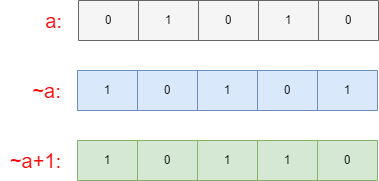
Earlier version of the draw.io export algrithem/right_one.drawio.png (muxicode/c153080686). Source tidied: cells renumbered, new cells last; positions are measured from the earlier drawing's top-left corner, leaving out a move shared by most shapes.
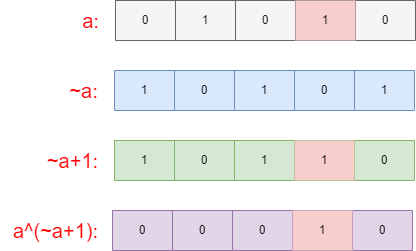
The same file after the commit.

The edit, as a diff of the source:
```diff
@@ -17,7 +17,7 @@
     <mxCell id="6" value="0" style="shape=partialRectangle;html=1;whiteSpace=wrap;strokeColor=inherit;overflow=hidden;fillColor=none;top=0;left=0;bottom=0;right=0;" parent="3" vertex="1">
       <mxGeometry x="120" width="60" height="40" as="geometry" />
     </mxCell>
-    <mxCell id="7" value="1" style="shape=partialRectangle;html=1;whiteSpace=wrap;strokeColor=inherit;overflow=hidden;fillColor=none;top=0;left=0;bottom=0;right=0;" parent="3" vertex="1">
+    <mxCell id="7" value="1" style="shape=partialRectangle;html=1;whiteSpace=wrap;strokeColor=#b85450;overflow=hidden;fillColor=#f8cecc;top=0;left=0;bottom=0;right=0;" parent="3" vertex="1">
       <mxGeometry x="180" width="60" height="40" as="geometry" />
     </mxCell>
     <mxCell id="8" value="0" style="shape=partialRectangle;html=1;whiteSpace=wrap;strokeColor=inherit;overflow=hidden;fillColor=none;top=0;left=0;bottom=0;right=0;" parent="3" vertex="1">
@@ -65,7 +65,7 @@
     <mxCell id="22" value="1" style="shape=partialRectangle;html=1;whiteSpace=wrap;strokeColor=inherit;overflow=hidden;fillColor=none;top=0;left=0;bottom=0;right=0;" parent="19" vertex="1">
       <mxGeometry x="120" width="60" height="40" as="geometry" />
     </mxCell>
-    <mxCell id="23" value="1" style="shape=partialRectangle;html=1;whiteSpace=wrap;strokeColor=inherit;overflow=hidden;fillColor=none;top=0;left=0;bottom=0;right=0;" parent="19" vertex="1">
+    <mxCell id="23" value="1" style="shape=partialRectangle;html=1;whiteSpace=wrap;strokeColor=#b85450;overflow=hidden;fillColor=#f8cecc;top=0;left=0;bottom=0;right=0;" parent="19" vertex="1">
       <mxGeometry x="180" width="60" height="40" as="geometry" />
     </mxCell>
     <mxCell id="24" value="0" style="shape=partialRectangle;html=1;whiteSpace=wrap;strokeColor=inherit;overflow=hidden;fillColor=none;top=0;left=0;bottom=0;right=0;" parent="19" vertex="1">
@@ -74,5 +74,29 @@
     <mxCell id="25" value="&lt;font color=&quot;#ff0000&quot; style=&quot;font-size: 20px;&quot;&gt;~a+1:&lt;/font&gt;" style="text;html=1;align=center;verticalAlign=middle;strokeColor=none;fillColor=none;" parent="1" vertex="1">
       <mxGeometry y="140" width="70" height="40" as="geometry" />
     </mxCell>
+    <mxCell id="26" style="shape=table;startSize=0;fillColor=#e1d5e7;strokeColor=#9673a6;" parent="1" vertex="1">
+      <mxGeometry x="75" y="210" width="300" height="40" as="geometry" />
+    </mxCell>
+    <mxCell id="27" style="shape=tableRow;horizontal=0;startSize=0;swimlaneHead=0;swimlaneBody=0;strokeColor=inherit;top=0;left=0;bottom=0;right=0;fillColor=none;" parent="26" vertex="1">
+      <mxGeometry width="300" height="40" as="geometry" />
+    </mxCell>
+    <mxCell id="28" value="0" style="shape=partialRectangle;html=1;whiteSpace=wrap;strokeColor=inherit;overflow=hidden;fillColor=none;top=0;left=0;bottom=0;right=0;" parent="27" vertex="1">
+      <mxGeometry width="60" height="40" as="geometry" />
+    </mxCell>
+    <mxCell id="29" value="0" style="shape=partialRectangle;html=1;whiteSpace=wrap;strokeColor=inherit;overflow=hidden;fillColor=none;top=0;left=0;bottom=0;right=0;" parent="27" vertex="1">
+      <mxGeometry x="60" width="60" height="40" as="geometry" />
+    </mxCell>
+    <mxCell id="30" value="0" style="shape=partialRectangle;html=1;whiteSpace=wrap;strokeColor=inherit;overflow=hidden;fillColor=none;top=0;left=0;bottom=0;right=0;" parent="27" vertex="1">
+      <mxGeometry x="120" width="60" height="40" as="geometry" />
+    </mxCell>
+    <mxCell id="31" value="1" style="shape=partialRectangle;html=1;whiteSpace=wrap;strokeColor=#b85450;overflow=hidden;fillColor=#f8cecc;top=0;left=0;bottom=0;right=0;" parent="27" vertex="1">
+      <mxGeometry x="180" width="60" height="40" as="geometry" />
+    </mxCell>
+    <mxCell id="32" value="0" style="shape=partialRectangle;html=1;whiteSpace=wrap;strokeColor=inherit;overflow=hidden;fillColor=none;top=0;left=0;bottom=0;right=0;" parent="27" vertex="1">
+      <mxGeometry x="240" width="60" height="40" as="geometry" />
+    </mxCell>
+    <mxCell id="33" value="&lt;font color=&quot;#ff0000&quot; style=&quot;font-size: 20px;&quot;&gt;a^(~a+1):&lt;/font&gt;" style="text;html=1;align=center;verticalAlign=middle;strokeColor=none;fillColor=none;" parent="1" vertex="1">
+      <mxGeometry x="-37" y="210" width="110" height="40" as="geometry" />
+    </mxCell>
   </root>
 </mxGraphModel>
```
